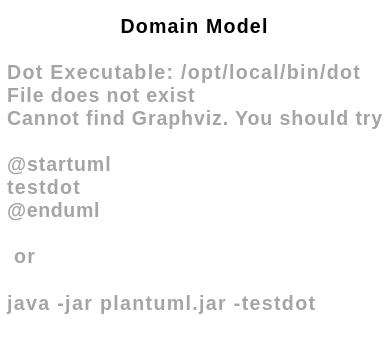
Earlier version of the PlantUML export docs/sprintA/us001/02.analysis/svg/us001-domain-model.svg (Goncalves2525/real-estate-management-system).
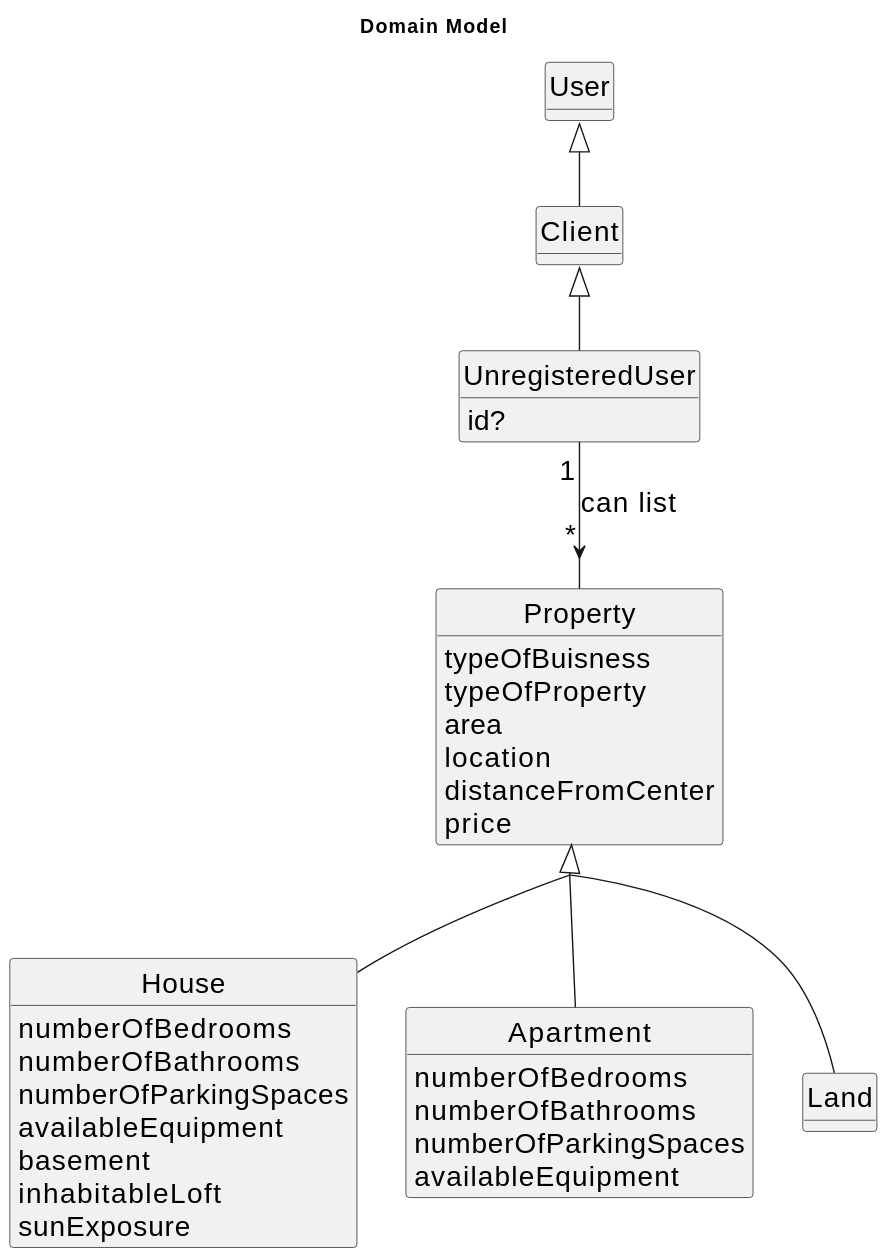
After the change.

Change to the diagram source:
```diff
@@ -6,6 +6,7 @@
 
 
 skinparam classAttributeIconSize 0
+skinparam groupInheritance 2
 
 hide circle
 hide methods
@@ -13,8 +14,34 @@
 title Domain Model
 
 
-class UnregisteredUser {
-   id
+class UnregisteredUser extends Client{
+   id?
+}
+
+class Client extends User{
+}
+
+class User{
+}
+
+class House extends Property{
+    numberOfBedrooms
+    numberOfBathrooms
+    numberOfParkingSpaces
+    availableEquipment
+    basement
+    inhabitableLoft
+    sunExposure
+}
+
+class Apartment extends Property{
+    numberOfBedrooms
+    numberOfBathrooms
+    numberOfParkingSpaces
+    availableEquipment
+}
+
+class Land extends Property{
 }
 
 class Property{
@@ -24,8 +51,7 @@
     location
     distanceFromCenter
     price
-    numberOfRooms
 }
 
-UnregisteredUser "1" -- "*" Property : can list
+UnregisteredUser "1" --> "*" Property : can list
 @enduml
```
